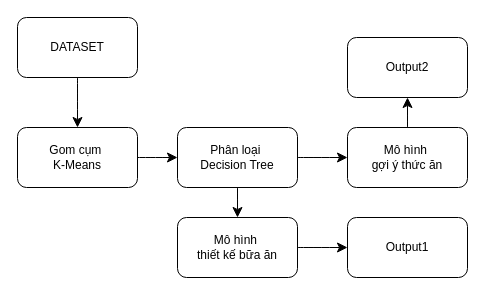
The draw.io diagram Untitled Diagram.drawio in nglhongphuong/T-i-li-u-note, before the edit. Source tidied: cells renumbered, new cells numbered last; positions are measured from the earlier drawing's top-left corner, leaving out a move shared by most shapes. Both pictures are drawn from the tidied source at 100%, with x=0, y=0 at pixel (17, 17).
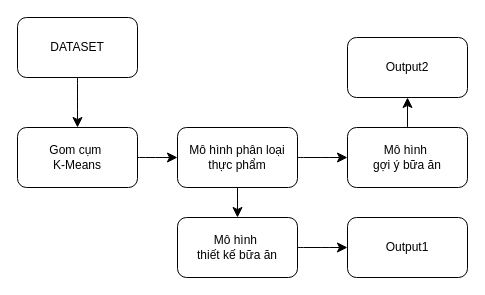
The same page after the edit.

What changed in the source:
```diff
@@
 <mxGraphModel>
   <root>
     <mxCell id="0" />
     <mxCell id="1" parent="0" />
     <mxCell id="2" style="edgeStyle=none;curved=1;rounded=0;jettySize=auto;html=1;exitX=0.5;exitY=1;exitDx=0;exitDy=0;fontSize=12;startSize=8;endSize=8;" parent="1" edge="1" source="3">
       <mxGeometry relative="1" as="geometry">
         <mxPoint x="60" y="110" as="targetPoint" />
       </mxGeometry>
     </mxCell>
     <mxCell id="3" value="DATASET" style="rounded=1;whiteSpace=wrap;html=1;" parent="1" vertex="1">
       <mxGeometry width="120" height="60" as="geometry" />
     </mxCell>
     <mxCell id="4" style="endArrow=classic;html=1;rounded=0;fontSize=12;startSize=8;endSize=8;curved=1;exitX=1;exitY=0.5;exitDx=0;exitDy=0;entryX=0;entryY=0.5;entryDx=0;entryDy=0;" parent="1" edge="1">
       <mxGeometry relative="1" as="geometry">
         <mxPoint x="120" y="140" as="sourcePoint" />
         <mxPoint x="160" y="140" as="targetPoint" />
       </mxGeometry>
     </mxCell>
     <mxCell id="5" value="Gom cụm&amp;nbsp;&lt;div&gt;K-Means&lt;/div&gt;" style="rounded=1;whiteSpace=wrap;html=1;" parent="1" vertex="1">
       <mxGeometry y="110" width="120" height="60" as="geometry" />
     </mxCell>
-    <mxCell id="6" value="Phân loại&amp;nbsp;&lt;div&gt;Decision Tree&lt;/div&gt;" style="rounded=1;whiteSpace=wrap;html=1;" parent="1" vertex="1">
+    <mxCell id="6" value="Mô hình phân loại thực phẩm" style="rounded=1;whiteSpace=wrap;html=1;" parent="1" vertex="1">
       <mxGeometry x="160" y="110" width="120" height="60" as="geometry" />
     </mxCell>
-    <mxCell id="7" value="Mô hình&amp;nbsp;&lt;div&gt;gợi ý thức ăn&lt;/div&gt;" style="rounded=1;whiteSpace=wrap;html=1;" parent="1" vertex="1">
+    <mxCell id="7" value="Mô hình&amp;nbsp;&lt;div&gt;gợi ý bữa ăn&lt;/div&gt;" style="rounded=1;whiteSpace=wrap;html=1;" parent="1" vertex="1">
       <mxGeometry x="330" y="110" width="120" height="60" as="geometry" />
     </mxCell>
     <mxCell id="8" value="Mô hình&amp;nbsp;&lt;div&gt;thiết kế bữa ăn&lt;/div&gt;" style="rounded=1;whiteSpace=wrap;html=1;" parent="1" vertex="1">
       <mxGeometry x="160" y="200" width="120" height="60" as="geometry" />
     </mxCell>
     <mxCell id="9" style="endArrow=classic;html=1;rounded=0;fontSize=12;startSize=8;endSize=8;curved=1;" parent="1" edge="1">
       <mxGeometry relative="1" as="geometry">
         <mxPoint x="220" y="170" as="sourcePoint" />
         <mxPoint x="220" y="200" as="targetPoint" />
       </mxGeometry>
     </mxCell>
     <mxCell id="10" style="endArrow=classic;html=1;rounded=0;fontSize=12;startSize=8;endSize=8;curved=1;exitX=1;exitY=0.5;exitDx=0;exitDy=0;entryX=0;entryY=0.5;entryDx=0;entryDy=0;" parent="1" edge="1" source="6" target="7">
       <mxGeometry relative="1" as="geometry" />
     </mxCell>
     <mxCell id="11" value="Output1" style="rounded=1;whiteSpace=wrap;html=1;" parent="1" vertex="1">
       <mxGeometry x="330" y="200" width="120" height="60" as="geometry" />
     </mxCell>
     <mxCell id="12" style="endArrow=classic;html=1;rounded=0;fontSize=12;startSize=8;endSize=8;curved=1;exitX=1;exitY=0.5;exitDx=0;exitDy=0;entryX=0;entryY=0.5;entryDx=0;entryDy=0;" parent="1" edge="1" source="8" target="11">
       <mxGeometry relative="1" as="geometry" />
     </mxCell>
     <mxCell id="13" value="Output2" style="rounded=1;whiteSpace=wrap;html=1;" parent="1" vertex="1">
       <mxGeometry x="330" y="20" width="120" height="60" as="geometry" />
     </mxCell>
     <mxCell id="14" style="endArrow=classic;html=1;rounded=0;fontSize=12;startSize=8;endSize=8;curved=1;exitX=0.5;exitY=0;exitDx=0;exitDy=0;entryX=0.5;entryY=1;entryDx=0;entryDy=0;" parent="1" edge="1" source="7" target="13">
       <mxGeometry relative="1" as="geometry" />
     </mxCell>
   </root>
 </mxGraphModel>
```
